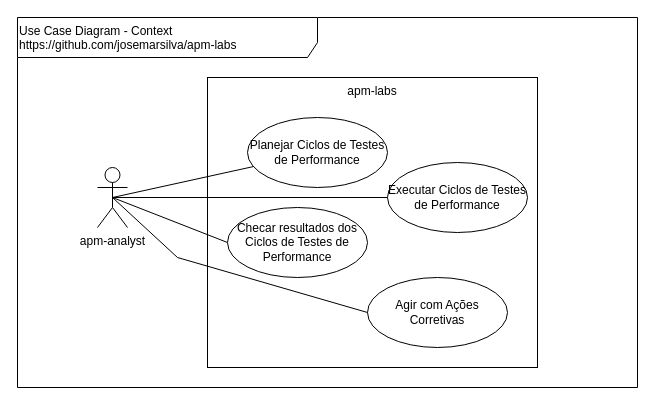
The draw.io diagram doc/UseCaseDiagram-Context.drawio in josemarsilva/apm-labs, before the edit. Source tidied: cells renumbered, new cells numbered last; positions are measured from the earlier drawing's top-left corner, leaving out a move shared by most shapes. Both pictures are drawn from the tidied source at 100%, with x=0, y=0 at pixel (17, 17).
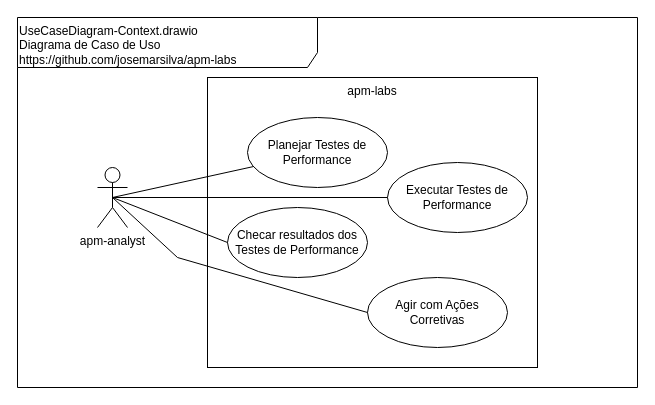
The same diagram, later.

Change to the diagram source:
```diff
@@
 <mxGraphModel>
   <root>
     <mxCell id="0" />
     <mxCell id="1" parent="0" />
-    <mxCell id="2" value="Use Case Diagram - Context&lt;br&gt;https://github.com/josemarsilva/apm-labs" style="shape=umlFrame;whiteSpace=wrap;html=1;width=300;height=40;verticalAlign=top;align=left;" parent="1" vertex="1">
+    <mxCell id="2" value="UseCaseDiagram-Context.drawio&lt;br&gt;Diagrama de Caso de Uso&lt;br&gt;https://github.com/josemarsilva/apm-labs" style="shape=umlFrame;whiteSpace=wrap;html=1;width=300;height=50;verticalAlign=top;align=left;" parent="1" vertex="1">
       <mxGeometry width="620" height="370" as="geometry" />
     </mxCell>
     <mxCell id="3" value="&lt;div style=&quot;text-align: center&quot;&gt;&lt;span&gt;apm-analyst&lt;/span&gt;&lt;/div&gt;" style="shape=umlActor;verticalLabelPosition=bottom;labelBackgroundColor=#ffffff;verticalAlign=top;html=1;align=center;" parent="1" vertex="1">
       <mxGeometry x="80" y="150" width="30" height="60" as="geometry" />
     </mxCell>
     <mxCell id="4" value="&lt;div style=&quot;text-align: center&quot;&gt;&lt;span&gt;apm-labs&lt;/span&gt;&lt;/div&gt;" style="rounded=0;whiteSpace=wrap;html=1;align=center;verticalAlign=top;" parent="1" vertex="1">
       <mxGeometry x="190" y="60" width="330" height="290" as="geometry" />
     </mxCell>
-    <mxCell id="5" value="Planejar Ciclos de Testes de Performance" style="ellipse;whiteSpace=wrap;html=1;align=center;" parent="1" vertex="1">
+    <mxCell id="5" value="Planejar Testes de Performance" style="ellipse;whiteSpace=wrap;html=1;align=center;" parent="1" vertex="1">
       <mxGeometry x="230" y="100" width="140" height="70" as="geometry" />
     </mxCell>
     <mxCell id="6" style="rounded=0;jettySize=auto;html=1;endArrow=none;endFill=0;exitX=0.5;exitY=0.5;exitDx=0;exitDy=0;exitPerimeter=0;" parent="1" edge="1" source="3" target="5">
       <mxGeometry relative="1" as="geometry" />
     </mxCell>
-    <mxCell id="7" value="Checar resultados dos Ciclos de Testes de Performance" style="ellipse;whiteSpace=wrap;html=1;align=center;" parent="1" vertex="1">
+    <mxCell id="7" value="Checar resultados dos Testes de Performance" style="ellipse;whiteSpace=wrap;html=1;align=center;" parent="1" vertex="1">
       <mxGeometry x="210" y="190" width="140" height="70" as="geometry" />
     </mxCell>
     <mxCell id="8" value="Agir com Ações Corretivas" style="ellipse;whiteSpace=wrap;html=1;align=center;" parent="1" vertex="1">
       <mxGeometry x="350" y="260" width="140" height="70" as="geometry" />
     </mxCell>
-    <mxCell id="9" value="Executar Ciclos de Testes de Performance" style="ellipse;whiteSpace=wrap;html=1;align=center;" parent="1" vertex="1">
+    <mxCell id="9" value="Executar Testes de Performance" style="ellipse;whiteSpace=wrap;html=1;align=center;" parent="1" vertex="1">
       <mxGeometry x="370" y="145" width="140" height="70" as="geometry" />
     </mxCell>
     <mxCell id="10" style="rounded=0;jettySize=auto;html=1;endArrow=none;endFill=0;entryX=0;entryY=0.5;entryDx=0;entryDy=0;exitX=0.5;exitY=0.5;exitDx=0;exitDy=0;exitPerimeter=0;" parent="1" edge="1" source="3" target="7">
       <mxGeometry relative="1" as="geometry" />
     </mxCell>
     <mxCell id="11" style="rounded=0;jettySize=auto;html=1;endArrow=none;endFill=0;entryX=0;entryY=0.5;entryDx=0;entryDy=0;exitX=0.5;exitY=0.5;exitDx=0;exitDy=0;exitPerimeter=0;" parent="1" edge="1" source="3" target="9">
       <mxGeometry relative="1" as="geometry" />
     </mxCell>
     <mxCell id="12" style="rounded=0;jettySize=auto;html=1;endArrow=none;endFill=0;entryX=0;entryY=0.5;entryDx=0;entryDy=0;exitX=0.5;exitY=0.5;exitDx=0;exitDy=0;exitPerimeter=0;" parent="1" edge="1" source="3" target="8">
       <mxGeometry relative="1" as="geometry">
         <Array as="points">
           <mxPoint x="160" y="240" />
         </Array>
       </mxGeometry>
     </mxCell>
   </root>
 </mxGraphModel>
```
